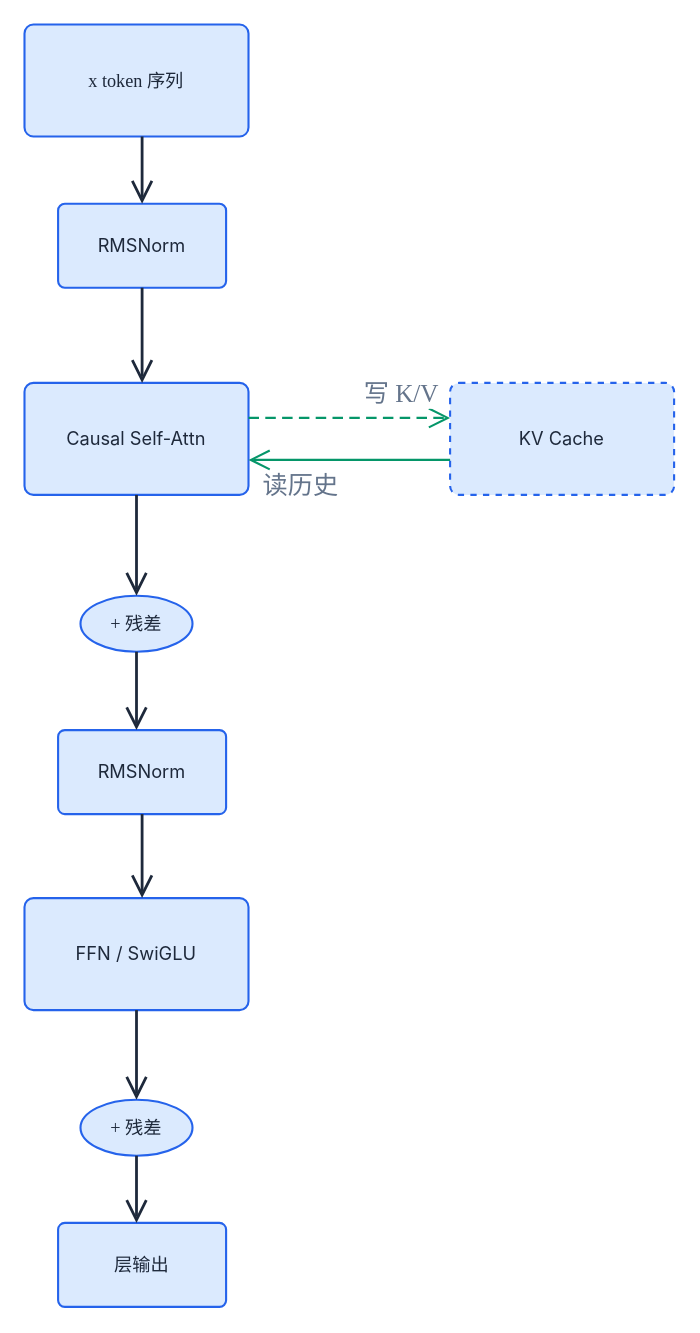
The draw.io diagram diagrams/llm-inference-01/fig2-decoder-block.drawio in xiangel/xiangel.github.io, before the edit. Source tidied: cells renumbered, new cells numbered last; positions are measured from the earlier drawing's top-left corner, leaving out a move shared by most shapes. Both pictures are drawn from the tidied source at 140%, with x=0, y=0 at pixel (24, 24).
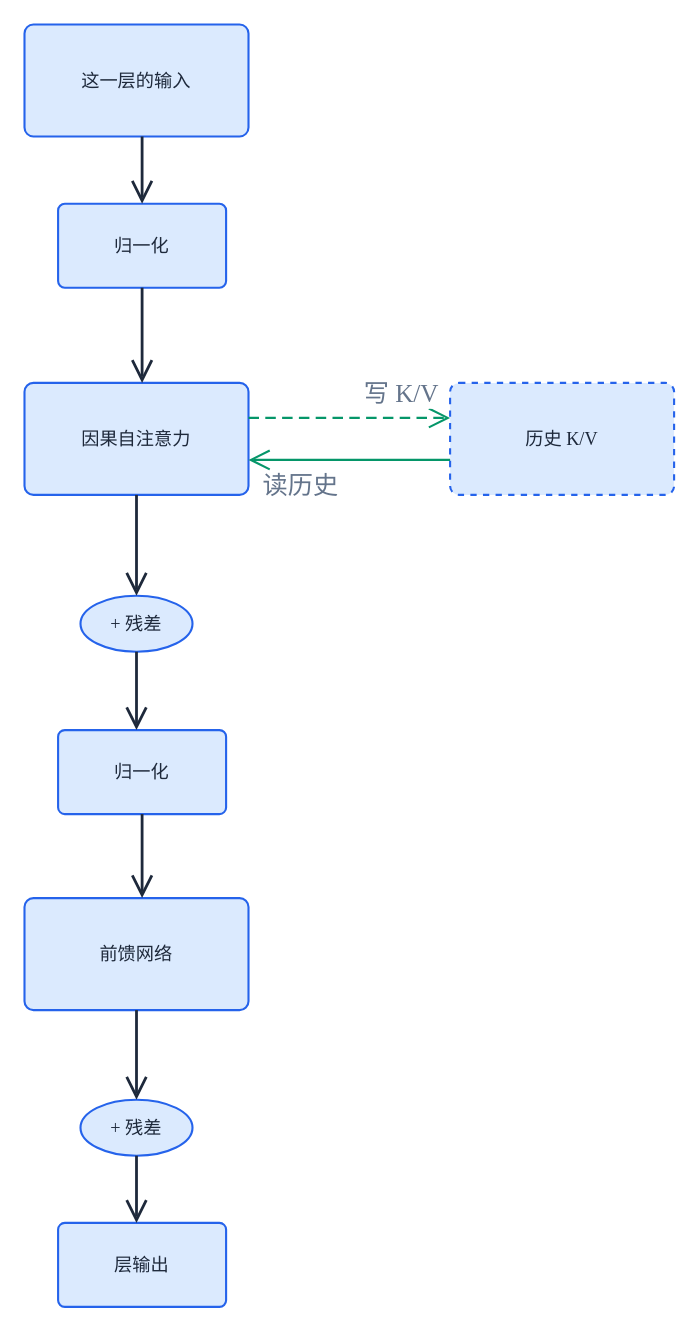
The same page after the edit.

What changed in the source:
```diff
@@
-    <mxCell id="2" value="x  token 序列" style="rounded=1;arcSize=8;html=1;whiteSpace=wrap;fillColor=#DBEAFE;strokeColor=#2563EB;strokeWidth=1.5;fontColor=#1E293B;fontSize=13;fontFamily=Times New Roman,SimSun;verticalAlign=middle;align=center;" parent="1" vertex="1">
+    <mxCell id="2" value="这一层的输入" style="rounded=1;arcSize=8;html=1;whiteSpace=wrap;fillColor=#DBEAFE;strokeColor=#2563EB;strokeWidth=1.5;fontColor=#1E293B;fontSize=13;fontFamily=Times New Roman,SimSun;verticalAlign=middle;align=center;" parent="1" vertex="1">
       <mxGeometry width="160" height="80" as="geometry" />
     </mxCell>
-    <mxCell id="3" value="RMSNorm" style="rounded=1;arcSize=8;html=1;whiteSpace=wrap;fillColor=#DBEAFE;strokeColor=#2563EB;strokeWidth=1.5;fontColor=#1E293B;fontSize=13;fontFamily=Inter, Roboto, system-ui, -apple-system, sans-serif;verticalAlign=middle;align=center;" parent="1" vertex="1">
+    <mxCell id="3" value="归一化" style="rounded=1;arcSize=8;html=1;whiteSpace=wrap;fillColor=#DBEAFE;strokeColor=#2563EB;strokeWidth=1.5;fontColor=#1E293B;fontSize=13;fontFamily=Times New Roman,SimSun;verticalAlign=middle;align=center;" parent="1" vertex="1">
       <mxGeometry x="24" y="128" width="120" height="60" as="geometry" />
     </mxCell>
-    <mxCell id="4" value="Causal Self-Attn" style="rounded=1;arcSize=8;html=1;whiteSpace=wrap;fillColor=#DBEAFE;strokeColor=#2563EB;strokeWidth=1.5;fontColor=#1E293B;fontSize=13;fontFamily=Inter, Roboto, system-ui, -apple-system, sans-serif;verticalAlign=middle;align=center;" parent="1" vertex="1">
+    <mxCell id="4" value="因果自注意力" style="rounded=1;arcSize=8;html=1;whiteSpace=wrap;fillColor=#DBEAFE;strokeColor=#2563EB;strokeWidth=1.5;fontColor=#1E293B;fontSize=13;fontFamily=Times New Roman,SimSun;verticalAlign=middle;align=center;" parent="1" vertex="1">
       <mxGeometry y="256" width="160" height="80" as="geometry" />
     </mxCell>
@@
-    <mxCell id="6" value="RMSNorm" style="rounded=1;arcSize=8;html=1;whiteSpace=wrap;fillColor=#DBEAFE;strokeColor=#2563EB;strokeWidth=1.5;fontColor=#1E293B;fontSize=13;fontFamily=Inter, Roboto, system-ui, -apple-system, sans-serif;verticalAlign=middle;align=center;" parent="1" vertex="1">
+    <mxCell id="6" value="归一化" style="rounded=1;arcSize=8;html=1;whiteSpace=wrap;fillColor=#DBEAFE;strokeColor=#2563EB;strokeWidth=1.5;fontColor=#1E293B;fontSize=13;fontFamily=Times New Roman,SimSun;verticalAlign=middle;align=center;" parent="1" vertex="1">
       <mxGeometry x="24" y="504" width="120" height="60" as="geometry" />
     </mxCell>
-    <mxCell id="7" value="FFN / SwiGLU" style="rounded=1;arcSize=8;html=1;whiteSpace=wrap;fillColor=#DBEAFE;strokeColor=#2563EB;strokeWidth=1.5;fontColor=#1E293B;fontSize=13;fontFamily=Inter, Roboto, system-ui, -apple-system, sans-serif;verticalAlign=middle;align=center;" parent="1" vertex="1">
+    <mxCell id="7" value="前馈网络" style="rounded=1;arcSize=8;html=1;whiteSpace=wrap;fillColor=#DBEAFE;strokeColor=#2563EB;strokeWidth=1.5;fontColor=#1E293B;fontSize=13;fontFamily=Times New Roman,SimSun;verticalAlign=middle;align=center;" parent="1" vertex="1">
       <mxGeometry y="624" width="160" height="80" as="geometry" />
     </mxCell>
@@
-    <mxCell id="10" value="KV Cache" style="rounded=1;arcSize=8;dashed=1;html=1;whiteSpace=wrap;fillColor=#DBEAFE;strokeColor=#2563EB;strokeWidth=1.5;fontColor=#1E293B;fontSize=13;fontFamily=Inter, Roboto, system-ui, -apple-system, sans-serif;verticalAlign=middle;align=center;" parent="1" vertex="1">
+    <mxCell id="10" value="历史 K/V" style="rounded=1;arcSize=8;dashed=1;html=1;whiteSpace=wrap;fillColor=#DBEAFE;strokeColor=#2563EB;strokeWidth=1.5;fontColor=#1E293B;fontSize=13;fontFamily=Times New Roman,SimSun;verticalAlign=middle;align=center;" parent="1" vertex="1">
       <mxGeometry x="304" y="256" width="160" height="80" as="geometry" />
     </mxCell>
```
